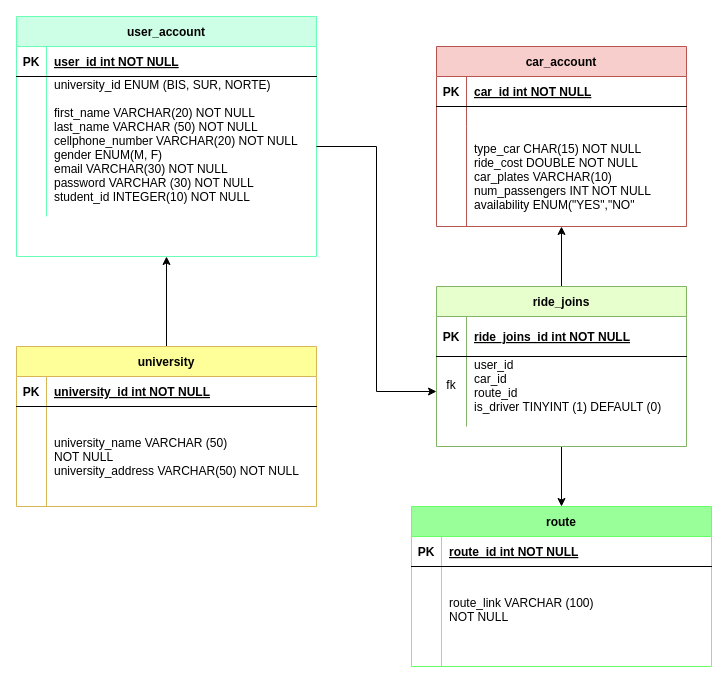
Before: entity-relationship-diagram.drawio in carpool-bis/entity-relationship-diagram, a draw.io diagram. Source tidied: cells renumbered, new cells numbered last; positions are measured from the earlier drawing's top-left corner, leaving out a move shared by most shapes. Both pictures are drawn from the tidied source at 100%, with x=0, y=0 at pixel (16, 16).
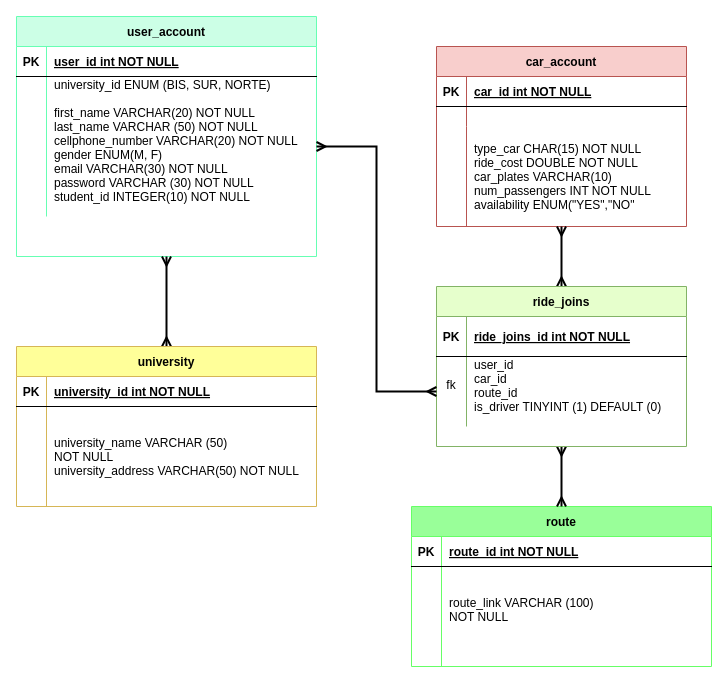
The same page after the edit.

Commit message:
arrows-correction

The change refers to these unchanged cells:
```xml
<mxCell id="9" style="shape=partialRectangle;fillColor=none;points=[[0,0.5],[1,0.5]];portConstraint=eastwest;top=0;left=0;right=0;bottom=0;" parent="2" vertex="1">
  <mxGeometry y="80" width="250" height="100" as="geometry" />
</mxCell>
<mxCell id="12" value="user_account" style="shape=table;startSize=30;childLayout=tableLayout;rowLines=0;fontStyle=1;align=center;fillColor=#CCFFE6;strokeColor=#66FFB3;" parent="1" vertex="1">
  <mxGeometry width="300" height="240" as="geometry" />
</mxCell>
<mxCell id="16" style="shape=partialRectangle;fillColor=none;points=[[0,0.5],[1,0.5]];portConstraint=eastwest;top=0;left=0;right=0;bottom=0;" parent="12" vertex="1">
  <mxGeometry y="60" width="300" height="140" as="geometry" />
</mxCell>
<mxCell id="20" value="university" style="shape=table;startSize=30;childLayout=tableLayout;rowLines=0;fontStyle=1;align=center;fillColor=#FFFF99;strokeColor=#d6b656;" parent="1" vertex="1">
  <mxGeometry y="330" width="300" height="160" as="geometry" />
</mxCell>
<mxCell id="27" value="route" style="shape=table;startSize=30;childLayout=tableLayout;rowLines=0;fontStyle=1;align=center;fillColor=#99FF99;strokeColor=#66FF66;" parent="1" vertex="1">
  <mxGeometry x="395" y="490" width="300" height="160" as="geometry" />
</mxCell>
<mxCell id="36" value="ride_joins" style="shape=table;startSize=30;childLayout=tableLayout;rowLines=0;fontStyle=1;align=center;fillColor=#E6FFCC;strokeColor=#82b366;" parent="1" vertex="1">
  <mxGeometry x="420" y="270" width="250" height="160" as="geometry" />
</mxCell>
<mxCell id="40" style="shape=partialRectangle;fillColor=none;points=[[0,0.5],[1,0.5]];portConstraint=eastwest;top=0;left=0;right=0;bottom=0;" parent="36" vertex="1">
  <mxGeometry y="70" width="250" height="70" as="geometry" />
</mxCell>
```

The edit, as a diff of the source:
```diff
@@
-    <mxCell id="19" style="edgeStyle=orthogonalEdgeStyle;rounded=0;jettySize=auto;html=1;exitX=0.5;exitY=0;exitDx=0;exitDy=0;entryX=0.5;entryY=1;entryDx=0;entryDy=0;" parent="1" edge="1" source="20" target="12">
+    <mxCell id="19" style="edgeStyle=orthogonalEdgeStyle;rounded=0;jettySize=auto;html=1;exitX=0.5;exitY=0;exitDx=0;exitDy=0;entryX=0.5;entryY=1;entryDx=0;entryDy=0;startArrow=ERmany;startFill=0;endArrow=ERmany;endFill=0;strokeWidth=2;" parent="1" edge="1" source="20" target="12">
       <mxGeometry relative="1" as="geometry" />
     </mxCell>
@@
-    <mxCell id="34" style="edgeStyle=orthogonalEdgeStyle;rounded=0;jettySize=auto;html=1;exitX=0.5;exitY=0;exitDx=0;exitDy=0;entryX=0.5;entryY=1;entryDx=0;entryDy=0;entryPerimeter=0;" parent="1" edge="1" source="36" target="9">
+    <mxCell id="34" style="edgeStyle=orthogonalEdgeStyle;rounded=0;jettySize=auto;html=1;exitX=0.5;exitY=0;exitDx=0;exitDy=0;entryX=0.5;entryY=1;entryDx=0;entryDy=0;entryPerimeter=0;startArrow=ERmany;startFill=0;endArrow=ERmany;endFill=0;strokeWidth=2;" parent="1" edge="1" source="36" target="9">
       <mxGeometry relative="1" as="geometry" />
     </mxCell>
-    <mxCell id="35" style="edgeStyle=orthogonalEdgeStyle;rounded=0;jettySize=auto;html=1;exitX=0.5;exitY=1;exitDx=0;exitDy=0;entryX=0.5;entryY=0;entryDx=0;entryDy=0;" parent="1" edge="1" source="36" target="27">
+    <mxCell id="35" style="edgeStyle=orthogonalEdgeStyle;rounded=0;jettySize=auto;html=1;exitX=0.5;exitY=1;exitDx=0;exitDy=0;entryX=0.5;entryY=0;entryDx=0;entryDy=0;startArrow=ERmany;startFill=0;endArrow=ERmany;endFill=0;strokeWidth=2;" parent="1" edge="1" source="36" target="27">
       <mxGeometry relative="1" as="geometry" />
     </mxCell>
@@
-    <mxCell id="43" style="edgeStyle=orthogonalEdgeStyle;rounded=0;jettySize=auto;html=1;exitX=1;exitY=0.5;exitDx=0;exitDy=0;entryX=0;entryY=0.5;entryDx=0;entryDy=0;" parent="1" edge="1" source="16" target="40">
+    <mxCell id="43" style="edgeStyle=orthogonalEdgeStyle;rounded=0;jettySize=auto;html=1;exitX=1;exitY=0.5;exitDx=0;exitDy=0;entryX=0;entryY=0.5;entryDx=0;entryDy=0;startArrow=ERmany;startFill=0;endArrow=ERmany;endFill=0;strokeWidth=2;" parent="1" edge="1" source="16" target="40">
       <mxGeometry relative="1" as="geometry" />
     </mxCell>
```
